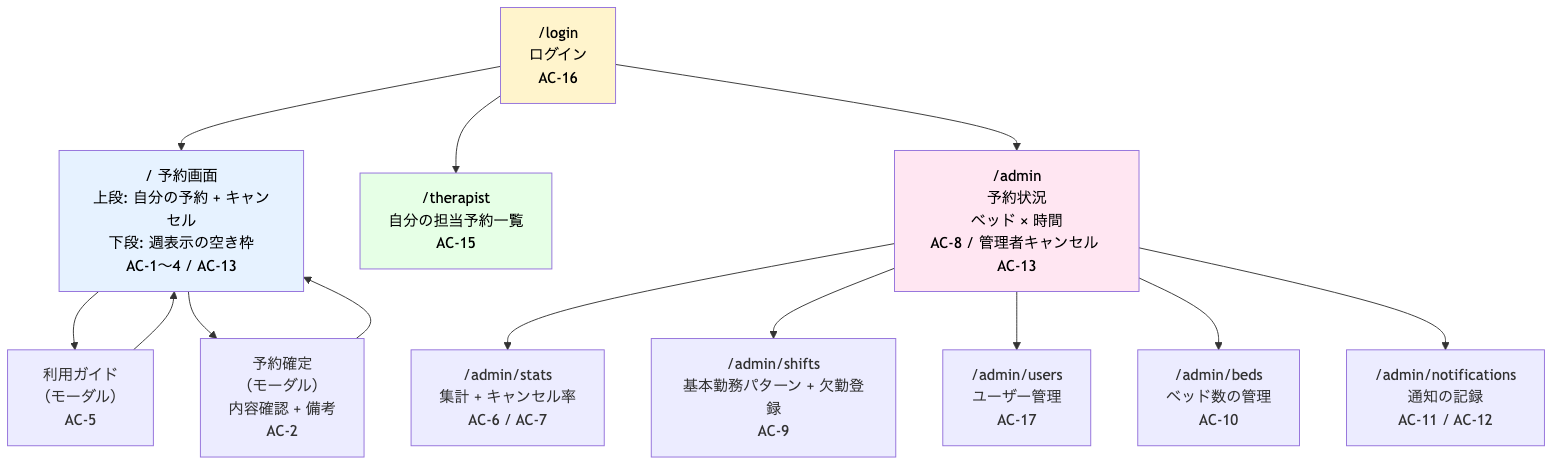
Earlier version of the Mermaid export docs/intern/diagrams/screen-flow-v2.png (e225721B/RefreshHub). Its source is kept beside it as docs/intern/diagrams/screen-flow-v2.mmd.
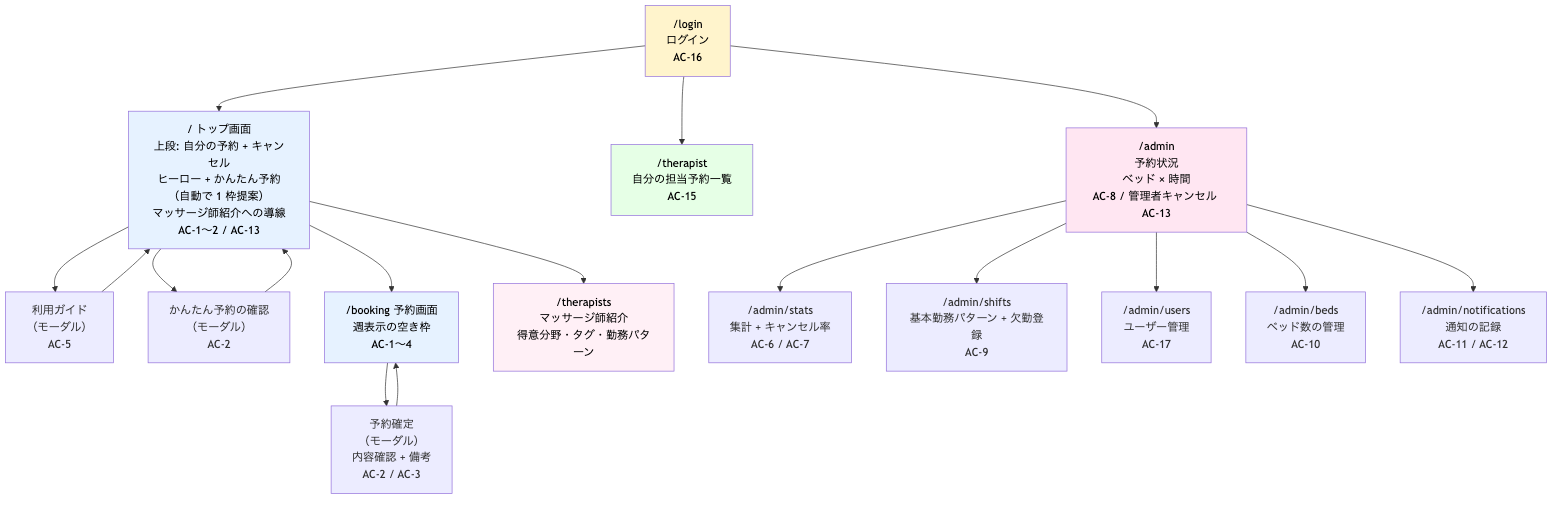
The same diagram one commit later.

The edit, as a diff of the source:
```diff
@@ -1,12 +1,18 @@
 flowchart TD
   L["/login<br/>ログイン<br/>AC-16"]
 
-  L --> B["/ 予約画面<br/>上段: 自分の予約 + キャンセル<br/>下段: 週表示の空き枠<br/>AC-1〜4 / AC-13"]
+  L --> B["/ トップ画面<br/>上段: 自分の予約 + キャンセル<br/>ヒーロー + かんたん予約（自動で 1 枠提案）<br/>マッサージ師紹介への導線<br/>AC-1〜2 / AC-13"]
 
   B --> G["利用ガイド<br/>（モーダル）<br/>AC-5"]
   G --> B
-  B --> M["予約確定<br/>（モーダル）<br/>内容確認 + 備考<br/>AC-2"]
-  M --> B
+  B --> QM["かんたん予約の確認<br/>（モーダル）<br/>AC-2"]
+  QM --> B
+
+  B --> BK["/booking 予約画面<br/>週表示の空き枠<br/>AC-1〜4"]
+  BK --> M["予約確定<br/>（モーダル）<br/>内容確認 + 備考<br/>AC-2 / AC-3"]
+  M --> BK
+
+  B --> TS["/therapists<br/>マッサージ師紹介<br/>得意分野・タグ・勤務パターン"]
 
   L --> T["/therapist<br/>自分の担当予約一覧<br/>AC-15"]
 
@@ -19,5 +25,7 @@
 
   style L fill:#fff4cc,color:#000000
   style B fill:#e6f2ff,color:#000000
+  style BK fill:#e6f2ff,color:#000000
+  style TS fill:#fff0f6,color:#000000
   style T fill:#e6ffe6,color:#000000
   style A fill:#ffe6f2,color:#000000
```
